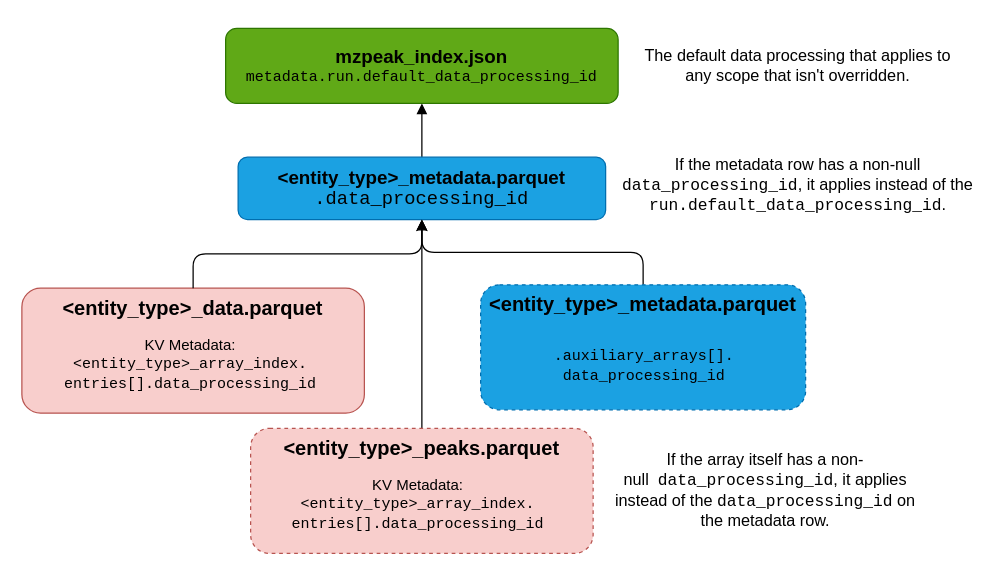
The draw.io diagram docs/assets/img/data-processing-resolution-order.drawio in HUPO-PSI/mzPeak-specification, before the edit. Source tidied: cells renumbered, new cells numbered last; positions are measured from the earlier drawing's top-left corner, leaving out a move shared by most shapes. Both pictures are drawn from the tidied source at 125%, with x=0, y=0 at pixel (21, 21).
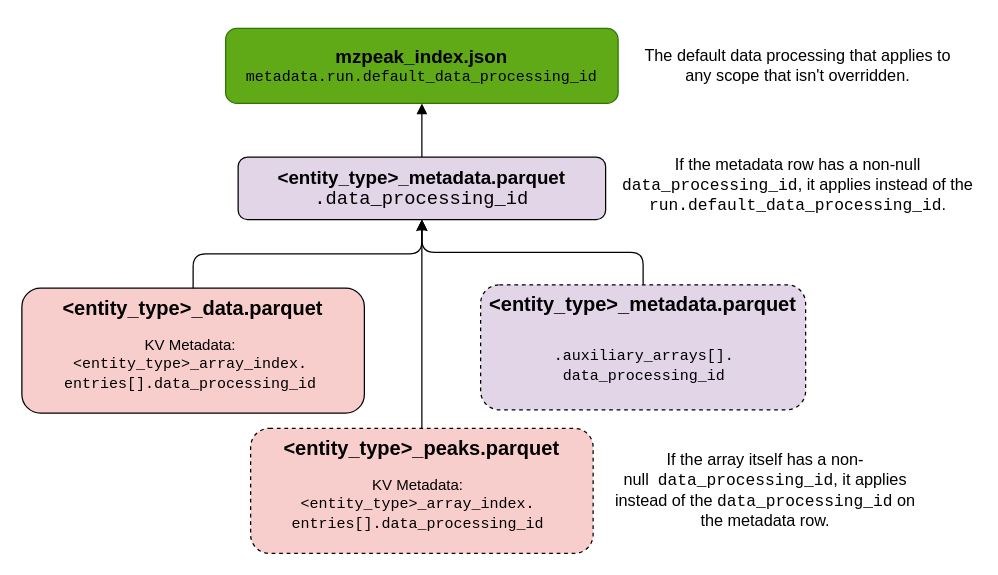
The same diagram, later.

Change to the diagram source:
```diff
@@
 <mxGraphModel>
   <root>
     <mxCell id="0" />
     <mxCell id="1" parent="0" />
     <mxCell id="2" value="&lt;div style=&quot;scrollbar-color: rgba(78, 86, 102, 0.5) rgb(40, 44, 52);&quot;&gt;&lt;font face=&quot;Helvetica&quot; style=&quot;font-size: 15px;&quot;&gt;&lt;b style=&quot;&quot;&gt;mzpeak_index.json&lt;/b&gt;&lt;/font&gt;&lt;/div&gt;&lt;span style=&quot;font-family: &amp;quot;Courier New&amp;quot;;&quot;&gt;metadata.run.default_data_processing_id&lt;/span&gt;" style="rounded=1;whiteSpace=wrap;html=1;roundedPerimeter=1;fillColor=#60a917;strokeColor=#2D7600;fontColor=light-dark(#000000,#FFFFFF);" parent="1" vertex="1">
       <mxGeometry x="163" y="5.2" width="314" height="60" as="geometry" />
     </mxCell>
     <mxCell id="3" style="edgeStyle=none;html=1;endArrow=block;endFill=1;fontColor=light-dark(#000000,#FFFFFF);" parent="1" edge="1" source="4" target="2">
       <mxGeometry relative="1" as="geometry" />
     </mxCell>
-    <mxCell id="4" value="&lt;div style=&quot;scrollbar-color: rgba(78, 86, 102, 0.5) rgb(40, 44, 52);&quot;&gt;&lt;div style=&quot;scrollbar-color: rgba(78, 86, 102, 0.5) rgb(40, 44, 52);&quot;&gt;&lt;font style=&quot;font-size: 15px;&quot;&gt;&lt;b style=&quot;&quot;&gt;&amp;lt;entity_type&amp;gt;_metadata.parquet&lt;/b&gt;&lt;/font&gt;&lt;/div&gt;&lt;div style=&quot;scrollbar-color: rgba(78, 86, 102, 0.5) rgb(40, 44, 52);&quot;&gt;&lt;font style=&quot;font-size: 15px;&quot; face=&quot;Courier New&quot;&gt;.data_processing_id&lt;/font&gt;&lt;/div&gt;&lt;/div&gt;" style="rounded=1;whiteSpace=wrap;html=1;roundedPerimeter=1;fillColor=#1ba1e2;strokeColor=#006EAF;fontColor=light-dark(#000000,#FFFFFF);" parent="1" vertex="1">
+    <mxCell id="4" value="&lt;div style=&quot;scrollbar-color: rgba(78, 86, 102, 0.5) rgb(40, 44, 52);&quot;&gt;&lt;div style=&quot;scrollbar-color: rgba(78, 86, 102, 0.5) rgb(40, 44, 52);&quot;&gt;&lt;font style=&quot;font-size: 15px;&quot;&gt;&lt;b style=&quot;&quot;&gt;&amp;lt;entity_type&amp;gt;_metadata.parquet&lt;/b&gt;&lt;/font&gt;&lt;/div&gt;&lt;div style=&quot;scrollbar-color: rgba(78, 86, 102, 0.5) rgb(40, 44, 52);&quot;&gt;&lt;font style=&quot;font-size: 15px;&quot; face=&quot;Courier New&quot;&gt;.data_processing_id&lt;/font&gt;&lt;/div&gt;&lt;/div&gt;" style="rounded=1;whiteSpace=wrap;html=1;roundedPerimeter=1;fillColor=#E1D5E7;strokeColor=#000000;fontColor=light-dark(#000000,#FFFFFF);" parent="1" vertex="1">
       <mxGeometry x="173" y="108.2" width="294" height="50" as="geometry" />
     </mxCell>
     <mxCell id="5" style="group;fontColor=light-dark(#000000,#FFFFFF);" parent="1" vertex="1">
       <mxGeometry x="14" y="213" width="260" height="100" as="geometry" />
     </mxCell>
-    <mxCell id="6" value="&lt;div style=&quot;scrollbar-color: rgba(78, 86, 102, 0.5) rgb(40, 44, 52);&quot;&gt;&lt;font face=&quot;Helvetica&quot; style=&quot;font-size: 16px;&quot;&gt;&lt;b style=&quot;&quot;&gt;&amp;lt;entity_type&amp;gt;_data.parquet&lt;/b&gt;&lt;/font&gt;&lt;/div&gt;" style="rounded=1;whiteSpace=wrap;html=1;roundedPerimeter=1;verticalAlign=top;fillColor=#f8cecc;strokeColor=#b85450;fontColor=light-dark(#000000,#FFFFFF);" parent="5" vertex="1">
+    <mxCell id="6" value="&lt;div style=&quot;scrollbar-color: rgba(78, 86, 102, 0.5) rgb(40, 44, 52);&quot;&gt;&lt;font face=&quot;Helvetica&quot; style=&quot;font-size: 16px;&quot;&gt;&lt;b style=&quot;&quot;&gt;&amp;lt;entity_type&amp;gt;_data.parquet&lt;/b&gt;&lt;/font&gt;&lt;/div&gt;" style="rounded=1;whiteSpace=wrap;html=1;roundedPerimeter=1;verticalAlign=top;fillColor=#f8cecc;strokeColor=#000000;fontColor=light-dark(#000000,#FFFFFF);" parent="5" vertex="1">
       <mxGeometry x="-14" width="274" height="100" as="geometry" />
     </mxCell>
     <mxCell id="7" value="&lt;div&gt;&lt;font style=&quot;&quot;&gt;KV Metadata:&lt;/font&gt;&lt;/div&gt;&lt;font face=&quot;Courier New&quot; style=&quot;&quot;&gt;&amp;lt;entity_type&amp;gt;_array_index.&lt;/font&gt;&lt;div&gt;&lt;font face=&quot;Courier New&quot; style=&quot;&quot;&gt;entries[].data_processing_id&lt;/font&gt;&lt;/div&gt;" style="text;html=1;whiteSpace=wrap;strokeColor=none;fillColor=none;align=center;verticalAlign=middle;rounded=0;fontColor=light-dark(#000000,#FFFFFF);" parent="5" vertex="1">
       <mxGeometry x="8.4" y="28.4" width="225.9" height="64.3" as="geometry" />
     </mxCell>
     <mxCell id="8" style="edgeStyle=orthogonalEdgeStyle;html=1;endArrow=block;endFill=1;fontColor=light-dark(#000000,#FFFFFF);" parent="1" edge="1" source="6" target="4">
       <mxGeometry relative="1" as="geometry" />
     </mxCell>
     <mxCell id="9" value="If the array itself has a non-null&amp;nbsp;&amp;nbsp;&lt;font face=&quot;Courier New&quot;&gt;data_processing_id&lt;/font&gt;, it applies instead of the &lt;font face=&quot;Courier New&quot;&gt;data_processing_id&lt;/font&gt; on the metadata row." style="text;html=1;whiteSpace=wrap;strokeColor=none;fillColor=none;align=center;verticalAlign=middle;rounded=0;fontSize=13;fontColor=light-dark(#000000,#FFFFFF);" parent="1" vertex="1">
       <mxGeometry x="467" y="340" width="256" height="70.4" as="geometry" />
     </mxCell>
     <mxCell id="10" value="If the metadata row has a non-null &lt;font face=&quot;Courier New&quot;&gt;data_processing_id&lt;/font&gt;, it applies instead of the &lt;font face=&quot;Courier New&quot;&gt;run.default_data_processing_id&lt;/font&gt;." style="text;html=1;whiteSpace=wrap;strokeColor=none;fillColor=none;align=center;verticalAlign=middle;rounded=0;fontSize=13;fontColor=light-dark(#000000,#FFFFFF);" parent="1" vertex="1">
       <mxGeometry x="479" y="96.2" width="284" height="70.4" as="geometry" />
     </mxCell>
     <mxCell id="11" value="The default data processing that applies to any scope that isn't overridden." style="text;html=1;whiteSpace=wrap;strokeColor=none;fillColor=none;align=center;verticalAlign=middle;rounded=0;fontSize=13;fontColor=light-dark(#000000,#FFFFFF);" parent="1" vertex="1">
       <mxGeometry x="493" width="256" height="70.4" as="geometry" />
     </mxCell>
     <mxCell id="12" style="edgeStyle=orthogonalEdgeStyle;html=1;entryX=0.5;entryY=1;entryDx=0;entryDy=0;exitX=0.5;exitY=0;exitDx=0;exitDy=0;fontColor=light-dark(#000000,#FFFFFF);" parent="1" edge="1" source="13" target="4">
       <mxGeometry relative="1" as="geometry" />
     </mxCell>
-    <mxCell id="13" value="&lt;div style=&quot;scrollbar-color: rgba(78, 86, 102, 0.5) rgb(40, 44, 52);&quot;&gt;&lt;div style=&quot;scrollbar-color: rgba(78, 86, 102, 0.5) rgb(40, 44, 52);&quot;&gt;&lt;div style=&quot;scrollbar-color: rgba(78, 86, 102, 0.5) rgb(40, 44, 52);&quot;&gt;&lt;font style=&quot;scrollbar-color: rgba(78, 86, 102, 0.5) rgb(40, 44, 52); font-size: 16px;&quot;&gt;&lt;b style=&quot;scrollbar-color: rgba(78, 86, 102, 0.5) rgb(40, 44, 52);&quot;&gt;&amp;lt;entity_type&amp;gt;_metadata.parquet&lt;/b&gt;&lt;/font&gt;&lt;/div&gt;&lt;div&gt;&lt;font style=&quot;scrollbar-color: rgba(78, 86, 102, 0.5) rgb(40, 44, 52); font-size: 18px;&quot;&gt;&lt;b style=&quot;scrollbar-color: rgba(78, 86, 102, 0.5) rgb(40, 44, 52);&quot;&gt;&lt;br&gt;&lt;/b&gt;&lt;/font&gt;&lt;/div&gt;&lt;/div&gt;&lt;/div&gt;" style="rounded=1;whiteSpace=wrap;html=1;roundedPerimeter=1;fillColor=#1ba1e2;strokeColor=#006EAF;fontColor=light-dark(#000000,#FFFFFF);verticalAlign=top;fontSize=15;dashed=1;" parent="1" vertex="1">
+    <mxCell id="13" value="&lt;div style=&quot;scrollbar-color: rgba(78, 86, 102, 0.5) rgb(40, 44, 52);&quot;&gt;&lt;div style=&quot;scrollbar-color: rgba(78, 86, 102, 0.5) rgb(40, 44, 52);&quot;&gt;&lt;div style=&quot;scrollbar-color: rgba(78, 86, 102, 0.5) rgb(40, 44, 52);&quot;&gt;&lt;font style=&quot;scrollbar-color: rgba(78, 86, 102, 0.5) rgb(40, 44, 52); font-size: 16px;&quot;&gt;&lt;b style=&quot;scrollbar-color: rgba(78, 86, 102, 0.5) rgb(40, 44, 52);&quot;&gt;&amp;lt;entity_type&amp;gt;_metadata.parquet&lt;/b&gt;&lt;/font&gt;&lt;/div&gt;&lt;div&gt;&lt;font style=&quot;scrollbar-color: rgba(78, 86, 102, 0.5) rgb(40, 44, 52); font-size: 18px;&quot;&gt;&lt;b style=&quot;scrollbar-color: rgba(78, 86, 102, 0.5) rgb(40, 44, 52);&quot;&gt;&lt;br&gt;&lt;/b&gt;&lt;/font&gt;&lt;/div&gt;&lt;/div&gt;&lt;/div&gt;" style="rounded=1;whiteSpace=wrap;html=1;roundedPerimeter=1;fillColor=#E1D5E7;strokeColor=#000000;fontColor=light-dark(#000000,#FFFFFF);verticalAlign=top;fontSize=15;dashed=1;" parent="1" vertex="1">
       <mxGeometry x="367" y="210.3" width="260" height="100" as="geometry" />
     </mxCell>
     <mxCell id="14" value="&lt;font face=&quot;Courier New&quot;&gt;.auxiliary_arrays[].&lt;/font&gt;&lt;div&gt;&lt;font face=&quot;Courier New&quot;&gt;data_processing_id&lt;/font&gt;&lt;/div&gt;" style="text;html=1;whiteSpace=wrap;strokeColor=none;fillColor=none;align=center;verticalAlign=middle;rounded=0;fontColor=light-dark(#000000,#FFFFFF);" parent="1" vertex="1">
       <mxGeometry x="373" y="250" width="250" height="50" as="geometry" />
     </mxCell>
     <mxCell id="15" style="html=1;exitX=0.5;exitY=0;exitDx=0;exitDy=0;entryX=0.5;entryY=1;entryDx=0;entryDy=0;fontColor=light-dark(#000000,#FFFFFF);" parent="1" edge="1" source="16" target="4">
       <mxGeometry x="-0.01" relative="1" as="geometry" />
     </mxCell>
-    <mxCell id="16" value="&lt;div style=&quot;scrollbar-color: rgba(78, 86, 102, 0.5) rgb(40, 44, 52);&quot;&gt;&lt;span style=&quot;&quot;&gt;&lt;font face=&quot;Helvetica&quot; style=&quot;font-size: 16px;&quot;&gt;&lt;b&gt;&amp;lt;entity_type&amp;gt;_peaks.parquet&lt;/b&gt;&lt;/font&gt;&lt;/span&gt;&lt;/div&gt;" style="rounded=1;whiteSpace=wrap;html=1;roundedPerimeter=1;verticalAlign=top;fillColor=#f8cecc;strokeColor=#b85450;fontColor=light-dark(#000000,#FFFFFF);dashed=1;" parent="1" vertex="1">
+    <mxCell id="16" value="&lt;div style=&quot;scrollbar-color: rgba(78, 86, 102, 0.5) rgb(40, 44, 52);&quot;&gt;&lt;span style=&quot;&quot;&gt;&lt;font face=&quot;Helvetica&quot; style=&quot;font-size: 16px;&quot;&gt;&lt;b&gt;&amp;lt;entity_type&amp;gt;_peaks.parquet&lt;/b&gt;&lt;/font&gt;&lt;/span&gt;&lt;/div&gt;" style="rounded=1;whiteSpace=wrap;html=1;roundedPerimeter=1;verticalAlign=top;fillColor=#f8cecc;strokeColor=#000000;fontColor=light-dark(#000000,#FFFFFF);dashed=1;" parent="1" vertex="1">
       <mxGeometry x="183" y="325.2" width="274" height="100" as="geometry" />
     </mxCell>
     <mxCell id="17" value="&lt;div&gt;&lt;font style=&quot;&quot;&gt;KV Metadata:&lt;/font&gt;&lt;/div&gt;&lt;font face=&quot;Courier New&quot; style=&quot;&quot;&gt;&amp;lt;entity_type&amp;gt;_array_index.&lt;/font&gt;&lt;div&gt;&lt;font face=&quot;Courier New&quot; style=&quot;&quot;&gt;entries[].data_processing_id&lt;/font&gt;&lt;/div&gt;" style="text;html=1;whiteSpace=wrap;strokeColor=none;fillColor=none;align=center;verticalAlign=middle;rounded=0;fontColor=light-dark(#000000,#FFFFFF);" parent="1" vertex="1">
       <mxGeometry x="204.1" y="353.9" width="225.9" height="64.3" as="geometry" />
     </mxCell>
   </root>
 </mxGraphModel>
```
